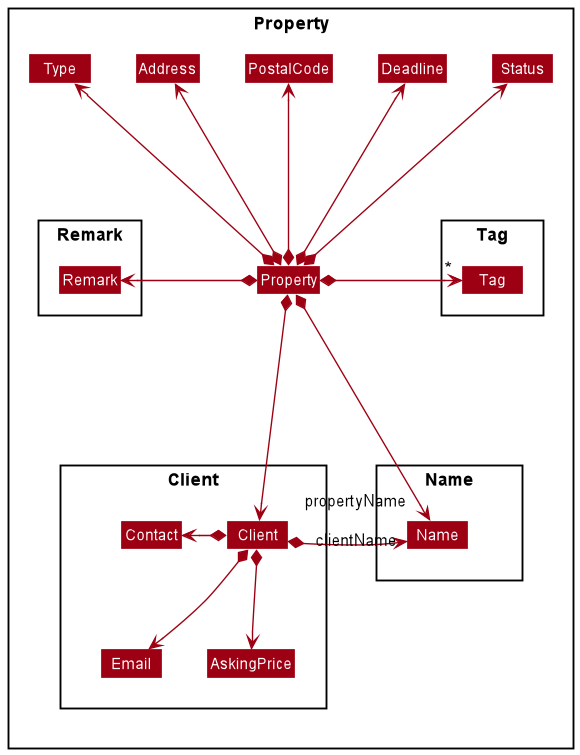
The PlantUML diagram docs/images/PropertyClassDiagram.png in nus-cs2103-AY2021S2/tp, before a commit.
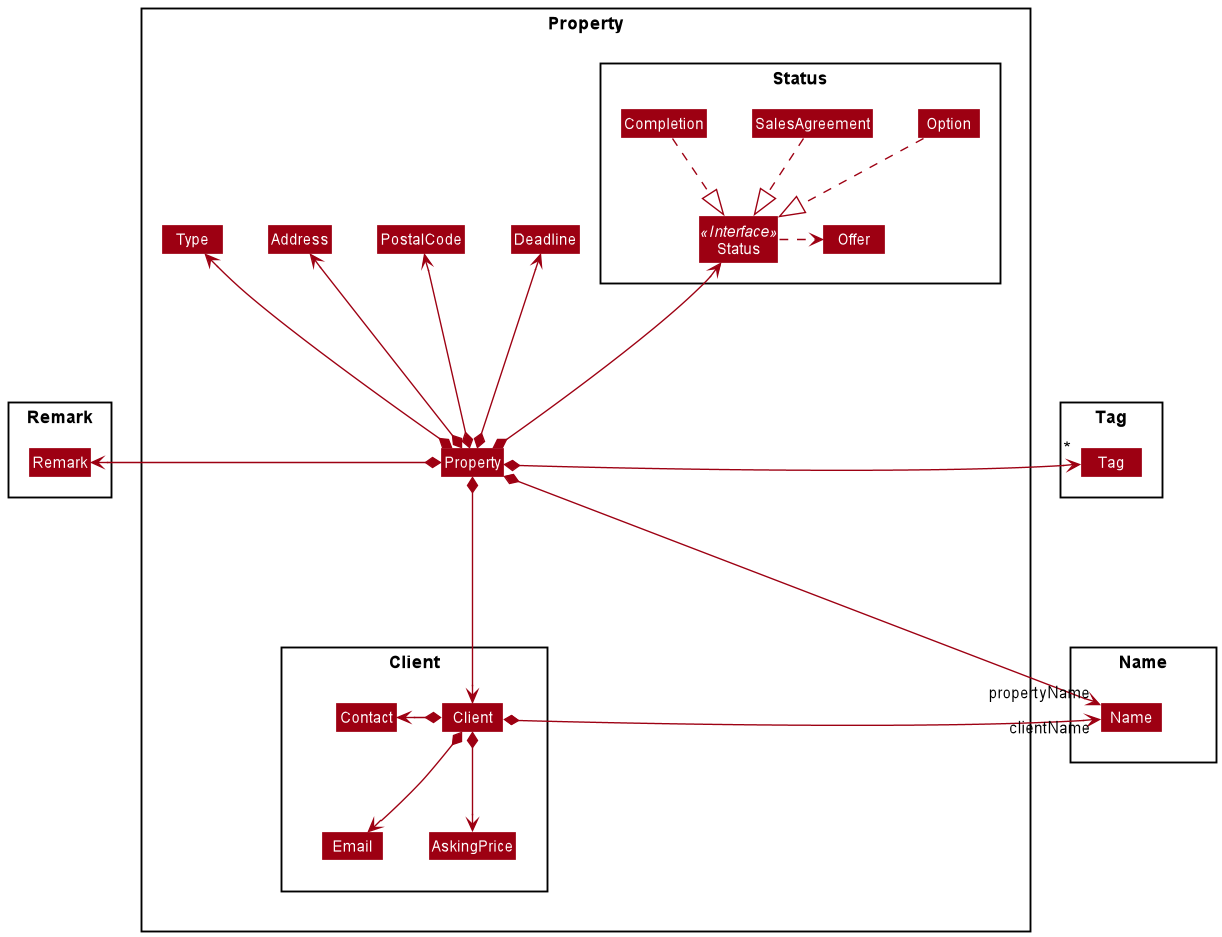
After the commit.

Commit message:
Update Status to be an interface in PropertyClassDiagram

Change to the diagram source:
```diff
@@ -10,13 +10,22 @@
 Class Address
 Class PostalCode
 Class Deadline
-Class Status
 
 Package Client as ClientPackage {
 Class Client
 Class Contact
 Class Email
 Class AskingPrice
+}
+
+Package Status as StatusPackage {
+Interface Status <<Interface>>
+Class Status
+Class Option
+Class SalesAgreement
+CLass Completion
+Class Offer
+}
 }
 
 Package Name as NamePackage {
@@ -30,13 +39,17 @@
 Package Tag as TagPackage {
 Class Tag
 }
-}
 
 Property *--up-> Type
 Property *--up-> Address
 Property *--up-> PostalCode
 Property *--up-> Deadline
+
 Property *--up-> Status
+Option ..|> Status
+SalesAgreement ..|> Status
+Completion ..|> Status
+Status .right.> Offer
 
 Property *-left-> Remark
 Property *-down-> "propertyName" Name : ""
```
